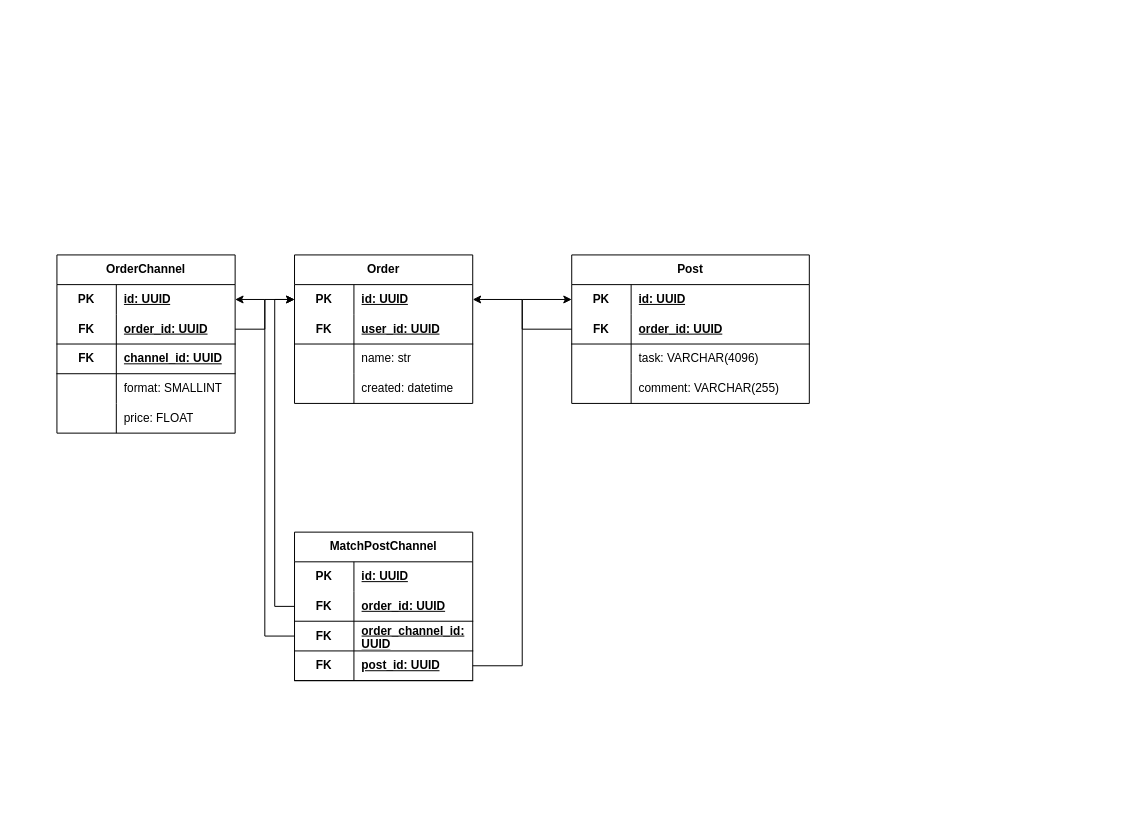
The draw.io diagram page "order flow" (7 of 7) of Advertiser-Blogger.drawio in KmvRoman/Diagrams, before the edit. Source tidied: cells renumbered, new cells numbered last; positions are measured from the earlier drawing's top-left corner, leaving out a move shared by most shapes. Both pictures are drawn from the tidied source at 99%, with x=0, y=0 at pixel (56, 254).
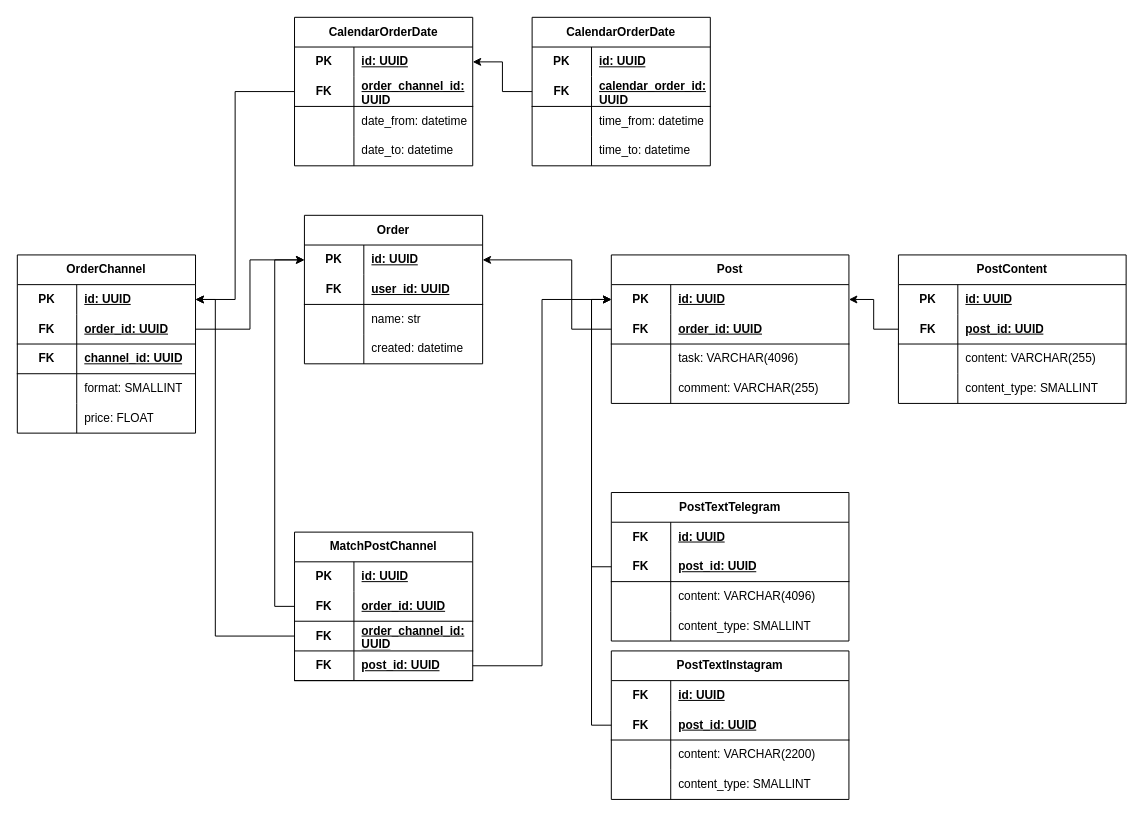
The same page after the edit.

Unchanged cells that the change refers to:
```xml
<mxCell id="3" style="shape=tableRow;horizontal=0;startSize=0;swimlaneHead=0;swimlaneBody=0;fillColor=none;points=[[0,0.5],[1,0.5]];portConstraint=eastwest;top=0;left=0;right=0;bottom=0;html=1;" parent="2" vertex="1">
  <mxGeometry y="30" width="180" height="30" as="geometry" />
</mxCell>
<mxCell id="16" style="shape=tableRow;horizontal=0;startSize=0;swimlaneHead=0;swimlaneBody=0;fillColor=none;points=[[0,0.5],[1,0.5]];portConstraint=eastwest;top=0;left=0;right=0;bottom=0;html=1;" parent="15" vertex="1">
  <mxGeometry y="30" width="240" height="30" as="geometry" />
</mxCell>
<mxCell id="19" style="shape=tableRow;horizontal=0;startSize=0;swimlaneHead=0;swimlaneBody=0;fillColor=none;points=[[0,0.5],[1,0.5]];portConstraint=eastwest;top=0;left=0;right=0;bottom=1;html=1;" parent="15" vertex="1">
  <mxGeometry y="60" width="240" height="30" as="geometry" />
</mxCell>
<mxCell id="30" style="shape=tableRow;horizontal=0;startSize=0;swimlaneHead=0;swimlaneBody=0;fillColor=none;points=[[0,0.5],[1,0.5]];portConstraint=eastwest;top=0;left=0;right=0;bottom=0;html=1;" parent="29" vertex="1">
  <mxGeometry y="30" width="180" height="30" as="geometry" />
</mxCell>
<mxCell id="54" style="shape=tableRow;horizontal=0;startSize=0;swimlaneHead=0;swimlaneBody=0;fillColor=none;points=[[0,0.5],[1,0.5]];portConstraint=eastwest;top=0;left=0;right=0;bottom=1;html=1;" parent="47" vertex="1">
  <mxGeometry y="90" width="180" height="30" as="geometry" />
</mxCell>
```

Diff of the diagram source:
```diff
@@
     <mxCell id="2" value="Order" style="shape=table;startSize=30;childLayout=tableLayout;rowLines=0;fontStyle=1;align=center;html=1;whiteSpace=wrap;" parent="1" vertex="1">
-      <mxGeometry x="240" width="180" height="150" as="geometry" />
+      <mxGeometry x="250" y="-40" width="180" height="150" as="geometry" />
     </mxCell>
@@
     <mxCell id="15" value="Post" style="shape=table;startSize=30;childLayout=tableLayout;rowLines=0;fontStyle=1;align=center;html=1;whiteSpace=wrap;" parent="1" vertex="1">
-      <mxGeometry x="520" width="240" height="150" as="geometry" />
+      <mxGeometry x="560" width="240" height="150" as="geometry" />
     </mxCell>
@@
     <mxCell id="28" style="edgeStyle=orthogonalEdgeStyle;rounded=0;jettySize=auto;html=1;entryX=1;entryY=0.5;entryDx=0;entryDy=0;" parent="1" edge="1" source="19" target="3">
-      <mxGeometry relative="1" as="geometry" />
+      <mxGeometry relative="1" as="geometry">
+        <Array as="points">
+          <mxPoint x="520" y="75" />
+          <mxPoint x="520" y="5" />
+        </Array>
+      </mxGeometry>
     </mxCell>
     <mxCell id="29" value="OrderChannel" style="shape=table;startSize=30;childLayout=tableLayout;rowLines=0;fontStyle=1;align=center;html=1;whiteSpace=wrap;" parent="1" vertex="1">
-      <mxGeometry width="180" height="180" as="geometry" />
+      <mxGeometry x="-40" width="180" height="180" as="geometry" />
     </mxCell>
@@
     <mxCell id="60" style="edgeStyle=orthogonalEdgeStyle;rounded=0;jettySize=auto;html=1;entryX=1;entryY=0.5;entryDx=0;entryDy=0;" parent="1" edge="1" source="54" target="30">
-      <mxGeometry relative="1" as="geometry" />
+      <mxGeometry relative="1" as="geometry">
+        <Array as="points">
+          <mxPoint x="160" y="385" />
+          <mxPoint x="160" y="45" />
+        </Array>
+      </mxGeometry>
     </mxCell>
@@
+    <mxCell id="62" style="edgeStyle=orthogonalEdgeStyle;rounded=0;jettySize=auto;html=1;entryX=0;entryY=0.5;entryDx=0;entryDy=0;exitX=0;exitY=0.5;exitDx=0;exitDy=0;" parent="1" edge="1" source="67" target="16">
+      <mxGeometry relative="1" as="geometry">
+        <Array as="points">
+          <mxPoint x="540" y="315" />
+          <mxPoint x="540" y="45" />
+        </Array>
+      </mxGeometry>
+    </mxCell>
+    <mxCell id="63" value="PostTextTelegram" style="shape=table;startSize=30;childLayout=tableLayout;rowLines=0;fontStyle=1;align=center;html=1;whiteSpace=wrap;" parent="1" vertex="1">
+      <mxGeometry x="560" y="240" width="240" height="150" as="geometry" />
+    </mxCell>
+    <mxCell id="64" style="shape=tableRow;horizontal=0;startSize=0;swimlaneHead=0;swimlaneBody=0;fillColor=none;top=0;left=0;right=0;bottom=0;html=1;" parent="63" vertex="1">
+      <mxGeometry y="30" width="240" height="30" as="geometry" />
+    </mxCell>
+    <mxCell id="65" value="FK" style="shape=partialRectangle;fillColor=none;top=0;left=0;bottom=0;right=0;fontStyle=1;overflow=hidden;html=1;whiteSpace=wrap;" parent="64" vertex="1">
+      <mxGeometry width="60" height="30" as="geometry" />
+    </mxCell>
+    <mxCell id="66" value="id: UUID" style="shape=partialRectangle;fillColor=none;top=0;left=0;bottom=0;right=0;align=left;spacingLeft=6;fontStyle=5;overflow=hidden;html=1;whiteSpace=wrap;" parent="64" vertex="1">
+      <mxGeometry x="60" width="180" height="30" as="geometry" />
+    </mxCell>
+    <mxCell id="67" style="shape=tableRow;horizontal=0;startSize=0;swimlaneHead=0;swimlaneBody=0;fillColor=none;points=[[0,0.5],[1,0.5]];portConstraint=eastwest;top=0;left=0;right=0;bottom=1;html=1;" parent="63" vertex="1">
+      <mxGeometry y="60" width="240" height="30" as="geometry" />
+    </mxCell>
+    <mxCell id="68" value="FK" style="shape=partialRectangle;fillColor=none;top=0;left=0;bottom=0;right=0;fontStyle=1;overflow=hidden;html=1;whiteSpace=wrap;" parent="67" vertex="1">
+      <mxGeometry width="60" height="30" as="geometry" />
+    </mxCell>
+    <mxCell id="69" value="post_id: UUID" style="shape=partialRectangle;fillColor=none;top=0;left=0;bottom=0;right=0;align=left;spacingLeft=6;fontStyle=5;overflow=hidden;html=1;whiteSpace=wrap;" parent="67" vertex="1">
+      <mxGeometry x="60" width="180" height="30" as="geometry" />
+    </mxCell>
+    <mxCell id="70" style="shape=tableRow;horizontal=0;startSize=0;swimlaneHead=0;swimlaneBody=0;fillColor=none;top=0;left=0;right=0;bottom=0;html=1;" parent="63" vertex="1">
+      <mxGeometry y="90" width="240" height="30" as="geometry" />
+    </mxCell>
+    <mxCell id="71" style="shape=partialRectangle;fillColor=none;top=0;left=0;bottom=0;right=0;overflow=hidden;html=1;whiteSpace=wrap;" parent="70" vertex="1">
+      <mxGeometry width="60" height="30" as="geometry" />
+    </mxCell>
+    <mxCell id="72" value="content: VARCHAR(4096)" style="shape=partialRectangle;fillColor=none;top=0;left=0;bottom=0;right=0;align=left;spacingLeft=6;overflow=hidden;html=1;whiteSpace=wrap;" parent="70" vertex="1">
+      <mxGeometry x="60" width="180" height="30" as="geometry" />
+    </mxCell>
+    <mxCell id="73" style="shape=tableRow;horizontal=0;startSize=0;swimlaneHead=0;swimlaneBody=0;fillColor=none;top=0;left=0;right=0;bottom=0;html=1;" parent="63" vertex="1">
+      <mxGeometry y="120" width="240" height="30" as="geometry" />
+    </mxCell>
+    <mxCell id="74" style="shape=partialRectangle;fillColor=none;top=0;left=0;bottom=0;right=0;overflow=hidden;html=1;whiteSpace=wrap;" parent="73" vertex="1">
+      <mxGeometry width="60" height="30" as="geometry" />
+    </mxCell>
+    <mxCell id="75" value="content_type: SMALLINT" style="shape=partialRectangle;fillColor=none;top=0;left=0;bottom=0;right=0;align=left;spacingLeft=6;overflow=hidden;html=1;whiteSpace=wrap;" parent="73" vertex="1">
+      <mxGeometry x="60" width="180" height="30" as="geometry" />
+    </mxCell>
+    <mxCell id="76" style="edgeStyle=orthogonalEdgeStyle;rounded=0;jettySize=auto;html=1;entryX=0;entryY=0.5;entryDx=0;entryDy=0;exitX=0;exitY=0.5;exitDx=0;exitDy=0;" parent="1" edge="1" source="81" target="16">
+      <mxGeometry relative="1" as="geometry" />
+    </mxCell>
+    <mxCell id="77" value="PostTextInstagram" style="shape=table;startSize=30;childLayout=tableLayout;rowLines=0;fontStyle=1;align=center;html=1;whiteSpace=wrap;" parent="1" vertex="1">
+      <mxGeometry x="560" y="400" width="240" height="150" as="geometry" />
+    </mxCell>
+    <mxCell id="78" style="shape=tableRow;horizontal=0;startSize=0;swimlaneHead=0;swimlaneBody=0;fillColor=none;top=0;left=0;right=0;bottom=0;html=1;" parent="77" vertex="1">
+      <mxGeometry y="30" width="240" height="30" as="geometry" />
+    </mxCell>
+    <mxCell id="79" value="FK" style="shape=partialRectangle;fillColor=none;top=0;left=0;bottom=0;right=0;fontStyle=1;overflow=hidden;html=1;whiteSpace=wrap;" parent="78" vertex="1">
+      <mxGeometry width="60" height="30" as="geometry" />
+    </mxCell>
+    <mxCell id="80" value="id: UUID" style="shape=partialRectangle;fillColor=none;top=0;left=0;bottom=0;right=0;align=left;spacingLeft=6;fontStyle=5;overflow=hidden;html=1;whiteSpace=wrap;" parent="78" vertex="1">
+      <mxGeometry x="60" width="180" height="30" as="geometry" />
+    </mxCell>
+    <mxCell id="81" style="shape=tableRow;horizontal=0;startSize=0;swimlaneHead=0;swimlaneBody=0;fillColor=none;points=[[0,0.5],[1,0.5]];portConstraint=eastwest;top=0;left=0;right=0;bottom=1;html=1;" parent="77" vertex="1">
+      <mxGeometry y="60" width="240" height="30" as="geometry" />
+    </mxCell>
+    <mxCell id="82" value="FK" style="shape=partialRectangle;fillColor=none;top=0;left=0;bottom=0;right=0;fontStyle=1;overflow=hidden;html=1;whiteSpace=wrap;" parent="81" vertex="1">
+      <mxGeometry width="60" height="30" as="geometry" />
+    </mxCell>
+    <mxCell id="83" value="post_id: UUID" style="shape=partialRectangle;fillColor=none;top=0;left=0;bottom=0;right=0;align=left;spacingLeft=6;fontStyle=5;overflow=hidden;html=1;whiteSpace=wrap;" parent="81" vertex="1">
+      <mxGeometry x="60" width="180" height="30" as="geometry" />
+    </mxCell>
+    <mxCell id="84" style="shape=tableRow;horizontal=0;startSize=0;swimlaneHead=0;swimlaneBody=0;fillColor=none;top=0;left=0;right=0;bottom=0;html=1;" parent="77" vertex="1">
+      <mxGeometry y="90" width="240" height="30" as="geometry" />
+    </mxCell>
+    <mxCell id="85" style="shape=partialRectangle;fillColor=none;top=0;left=0;bottom=0;right=0;overflow=hidden;html=1;whiteSpace=wrap;" parent="84" vertex="1">
+      <mxGeometry width="60" height="30" as="geometry" />
+    </mxCell>
+    <mxCell id="86" value="content: VARCHAR(2200)" style="shape=partialRectangle;fillColor=none;top=0;left=0;bottom=0;right=0;align=left;spacingLeft=6;overflow=hidden;html=1;whiteSpace=wrap;" parent="84" vertex="1">
+      <mxGeometry x="60" width="180" height="30" as="geometry" />
+    </mxCell>
+    <mxCell id="87" style="shape=tableRow;horizontal=0;startSize=0;swimlaneHead=0;swimlaneBody=0;fillColor=none;top=0;left=0;right=0;bottom=0;html=1;" parent="77" vertex="1">
+      <mxGeometry y="120" width="240" height="30" as="geometry" />
+    </mxCell>
+    <mxCell id="88" style="shape=partialRectangle;fillColor=none;top=0;left=0;bottom=0;right=0;overflow=hidden;html=1;whiteSpace=wrap;" parent="87" vertex="1">
+      <mxGeometry width="60" height="30" as="geometry" />
+    </mxCell>
+    <mxCell id="89" value="content_type: SMALLINT" style="shape=partialRectangle;fillColor=none;top=0;left=0;bottom=0;right=0;align=left;spacingLeft=6;overflow=hidden;html=1;whiteSpace=wrap;" parent="87" vertex="1">
+      <mxGeometry x="60" width="180" height="30" as="geometry" />
+    </mxCell>
+    <mxCell id="90" style="edgeStyle=orthogonalEdgeStyle;rounded=0;jettySize=auto;html=1;entryX=1;entryY=0.5;entryDx=0;entryDy=0;exitX=0;exitY=0.5;exitDx=0;exitDy=0;" parent="1" edge="1" source="95" target="16">
+      <mxGeometry relative="1" as="geometry" />
+    </mxCell>
+    <mxCell id="91" value="PostContent" style="shape=table;startSize=30;childLayout=tableLayout;rowLines=0;fontStyle=1;align=center;html=1;whiteSpace=wrap;" parent="1" vertex="1">
+      <mxGeometry x="850" width="230" height="150" as="geometry" />
+    </mxCell>
+    <mxCell id="92" style="shape=tableRow;horizontal=0;startSize=0;swimlaneHead=0;swimlaneBody=0;fillColor=none;top=0;left=0;right=0;bottom=0;html=1;" parent="91" vertex="1">
+      <mxGeometry y="30" width="230" height="30" as="geometry" />
+    </mxCell>
+    <mxCell id="93" value="PK" style="shape=partialRectangle;fillColor=none;top=0;left=0;bottom=0;right=0;fontStyle=1;overflow=hidden;html=1;whiteSpace=wrap;" parent="92" vertex="1">
+      <mxGeometry width="60" height="30" as="geometry" />
+    </mxCell>
+    <mxCell id="94" value="id: UUID" style="shape=partialRectangle;fillColor=none;top=0;left=0;bottom=0;right=0;align=left;spacingLeft=6;fontStyle=5;overflow=hidden;html=1;whiteSpace=wrap;" parent="92" vertex="1">
+      <mxGeometry x="60" width="170" height="30" as="geometry" />
+    </mxCell>
+    <mxCell id="95" style="shape=tableRow;horizontal=0;startSize=0;swimlaneHead=0;swimlaneBody=0;fillColor=none;points=[[0,0.5],[1,0.5]];portConstraint=eastwest;top=0;left=0;right=0;bottom=1;html=1;" parent="91" vertex="1">
+      <mxGeometry y="60" width="230" height="30" as="geometry" />
+    </mxCell>
+    <mxCell id="96" value="FK" style="shape=partialRectangle;fillColor=none;top=0;left=0;bottom=0;right=0;fontStyle=1;overflow=hidden;html=1;whiteSpace=wrap;" parent="95" vertex="1">
+      <mxGeometry width="60" height="30" as="geometry" />
+    </mxCell>
+    <mxCell id="97" value="post_id: UUID" style="shape=partialRectangle;fillColor=none;top=0;left=0;bottom=0;right=0;align=left;spacingLeft=6;fontStyle=5;overflow=hidden;html=1;whiteSpace=wrap;" parent="95" vertex="1">
+      <mxGeometry x="60" width="170" height="30" as="geometry" />
+    </mxCell>
+    <mxCell id="98" style="shape=tableRow;horizontal=0;startSize=0;swimlaneHead=0;swimlaneBody=0;fillColor=none;top=0;left=0;right=0;bottom=0;html=1;" parent="91" vertex="1">
+      <mxGeometry y="90" width="230" height="30" as="geometry" />
+    </mxCell>
+    <mxCell id="99" style="shape=partialRectangle;fillColor=none;top=0;left=0;bottom=0;right=0;overflow=hidden;html=1;whiteSpace=wrap;" parent="98" vertex="1">
+      <mxGeometry width="60" height="30" as="geometry" />
+    </mxCell>
+    <mxCell id="100" value="content: VARCHAR(255)" style="shape=partialRectangle;fillColor=none;top=0;left=0;bottom=0;right=0;align=left;spacingLeft=6;overflow=hidden;html=1;whiteSpace=wrap;" parent="98" vertex="1">
+      <mxGeometry x="60" width="170" height="30" as="geometry" />
+    </mxCell>
+    <mxCell id="101" style="shape=tableRow;horizontal=0;startSize=0;swimlaneHead=0;swimlaneBody=0;fillColor=none;top=0;left=0;right=0;bottom=0;html=1;" parent="91" vertex="1">
+      <mxGeometry y="120" width="230" height="30" as="geometry" />
+    </mxCell>
+    <mxCell id="102" style="shape=partialRectangle;fillColor=none;top=0;left=0;bottom=0;right=0;overflow=hidden;html=1;whiteSpace=wrap;" parent="101" vertex="1">
+      <mxGeometry width="60" height="30" as="geometry" />
+    </mxCell>
+    <mxCell id="103" value="content_type: SMALLINT" style="shape=partialRectangle;fillColor=none;top=0;left=0;bottom=0;right=0;align=left;spacingLeft=6;overflow=hidden;html=1;whiteSpace=wrap;" parent="101" vertex="1">
+      <mxGeometry x="60" width="170" height="30" as="geometry" />
+    </mxCell>
+    <mxCell id="104" value="CalendarOrderDate" style="shape=table;startSize=30;childLayout=tableLayout;rowLines=0;fontStyle=1;align=center;html=1;whiteSpace=wrap;" parent="1" vertex="1">
+      <mxGeometry x="240" y="-240" width="180" height="150" as="geometry" />
+    </mxCell>
+    <mxCell id="105" style="shape=tableRow;horizontal=0;startSize=0;swimlaneHead=0;swimlaneBody=0;fillColor=none;points=[[0,0.5],[1,0.5]];portConstraint=eastwest;top=0;left=0;right=0;bottom=0;html=1;" parent="104" vertex="1">
+      <mxGeometry y="30" width="180" height="30" as="geometry" />
+    </mxCell>
+    <mxCell id="106" value="PK" style="shape=partialRectangle;fillColor=none;top=0;left=0;bottom=0;right=0;fontStyle=1;overflow=hidden;html=1;whiteSpace=wrap;" parent="105" vertex="1">
+      <mxGeometry width="60" height="30" as="geometry" />
+    </mxCell>
+    <mxCell id="107" value="id: UUID" style="shape=partialRectangle;fillColor=none;top=0;left=0;bottom=0;right=0;align=left;spacingLeft=6;fontStyle=5;overflow=hidden;html=1;whiteSpace=wrap;" parent="105" vertex="1">
+      <mxGeometry x="60" width="120" height="30" as="geometry" />
+    </mxCell>
+    <mxCell id="108" style="shape=tableRow;horizontal=0;startSize=0;swimlaneHead=0;swimlaneBody=0;fillColor=none;points=[[0,0.5],[1,0.5]];portConstraint=eastwest;top=0;left=0;right=0;bottom=1;html=1;" parent="104" vertex="1">
+      <mxGeometry y="60" width="180" height="30" as="geometry" />
+    </mxCell>
+    <mxCell id="109" value="FK" style="shape=partialRectangle;fillColor=none;top=0;left=0;bottom=0;right=0;fontStyle=1;overflow=hidden;html=1;whiteSpace=wrap;" parent="108" vertex="1">
+      <mxGeometry width="60" height="30" as="geometry" />
+    </mxCell>
+    <mxCell id="110" value="order_channel_id: UUID" style="shape=partialRectangle;fillColor=none;top=0;left=0;bottom=0;right=0;align=left;spacingLeft=6;fontStyle=5;overflow=hidden;html=1;whiteSpace=wrap;" parent="108" vertex="1">
+      <mxGeometry x="60" width="120" height="30" as="geometry" />
+    </mxCell>
+    <mxCell id="111" style="shape=tableRow;horizontal=0;startSize=0;swimlaneHead=0;swimlaneBody=0;fillColor=none;top=0;left=0;right=0;bottom=0;html=1;" parent="104" vertex="1">
+      <mxGeometry y="90" width="180" height="30" as="geometry" />
+    </mxCell>
+    <mxCell id="112" style="shape=partialRectangle;fillColor=none;top=0;left=0;bottom=0;right=0;overflow=hidden;html=1;whiteSpace=wrap;" parent="111" vertex="1">
+      <mxGeometry width="60" height="30" as="geometry" />
+    </mxCell>
+    <mxCell id="113" value="date_from: datetime" style="shape=partialRectangle;fillColor=none;top=0;left=0;bottom=0;right=0;align=left;spacingLeft=6;overflow=hidden;html=1;whiteSpace=wrap;" parent="111" vertex="1">
+      <mxGeometry x="60" width="120" height="30" as="geometry" />
+    </mxCell>
+    <mxCell id="114" style="shape=tableRow;horizontal=0;startSize=0;swimlaneHead=0;swimlaneBody=0;fillColor=none;top=0;left=0;right=0;bottom=0;html=1;" parent="104" vertex="1">
+      <mxGeometry y="120" width="180" height="30" as="geometry" />
+    </mxCell>
+    <mxCell id="115" style="shape=partialRectangle;fillColor=none;top=0;left=0;bottom=0;right=0;overflow=hidden;html=1;whiteSpace=wrap;" parent="114" vertex="1">
+      <mxGeometry width="60" height="30" as="geometry" />
+    </mxCell>
+    <mxCell id="116" value="date_to: datetime" style="shape=partialRectangle;fillColor=none;top=0;left=0;bottom=0;right=0;align=left;spacingLeft=6;overflow=hidden;html=1;whiteSpace=wrap;" parent="114" vertex="1">
+      <mxGeometry x="60" width="120" height="30" as="geometry" />
+    </mxCell>
+    <mxCell id="117" style="edgeStyle=orthogonalEdgeStyle;rounded=0;jettySize=auto;html=1;entryX=1;entryY=0.5;entryDx=0;entryDy=0;" parent="1" edge="1" source="108" target="30">
+      <mxGeometry relative="1" as="geometry">
+        <Array as="points">
+          <mxPoint x="180" y="-165" />
+          <mxPoint x="180" y="45" />
+        </Array>
+      </mxGeometry>
+    </mxCell>
+    <mxCell id="118" value="CalendarOrderDate" style="shape=table;startSize=30;childLayout=tableLayout;rowLines=0;fontStyle=1;align=center;html=1;whiteSpace=wrap;" parent="1" vertex="1">
+      <mxGeometry x="480" y="-240" width="180" height="150" as="geometry" />
+    </mxCell>
+    <mxCell id="119" style="shape=tableRow;horizontal=0;startSize=0;swimlaneHead=0;swimlaneBody=0;fillColor=none;top=0;left=0;right=0;bottom=0;html=1;" parent="118" vertex="1">
+      <mxGeometry y="30" width="180" height="30" as="geometry" />
+    </mxCell>
+    <mxCell id="120" value="PK" style="shape=partialRectangle;fillColor=none;top=0;left=0;bottom=0;right=0;fontStyle=1;overflow=hidden;html=1;whiteSpace=wrap;" parent="119" vertex="1">
+      <mxGeometry width="60" height="30" as="geometry" />
+    </mxCell>
+    <mxCell id="121" value="id: UUID" style="shape=partialRectangle;fillColor=none;top=0;left=0;bottom=0;right=0;align=left;spacingLeft=6;fontStyle=5;overflow=hidden;html=1;whiteSpace=wrap;" parent="119" vertex="1">
+      <mxGeometry x="60" width="120" height="30" as="geometry" />
+    </mxCell>
+    <mxCell id="122" style="shape=tableRow;horizontal=0;startSize=0;swimlaneHead=0;swimlaneBody=0;fillColor=none;points=[[0,0.5],[1,0.5]];portConstraint=eastwest;top=0;left=0;right=0;bottom=1;html=1;" parent="118" vertex="1">
+      <mxGeometry y="60" width="180" height="30" as="geometry" />
+    </mxCell>
+    <mxCell id="123" value="FK" style="shape=partialRectangle;fillColor=none;top=0;left=0;bottom=0;right=0;fontStyle=1;overflow=hidden;html=1;whiteSpace=wrap;" parent="122" vertex="1">
+      <mxGeometry width="60" height="30" as="geometry" />
+    </mxCell>
+    <mxCell id="124" value="calendar_order_id: UUID" style="shape=partialRectangle;fillColor=none;top=0;left=0;bottom=0;right=0;align=left;spacingLeft=6;fontStyle=5;overflow=hidden;html=1;whiteSpace=wrap;" parent="122" vertex="1">
+      <mxGeometry x="60" width="120" height="30" as="geometry" />
+    </mxCell>
+    <mxCell id="125" style="shape=tableRow;horizontal=0;startSize=0;swimlaneHead=0;swimlaneBody=0;fillColor=none;top=0;left=0;right=0;bottom=0;html=1;" parent="118" vertex="1">
+      <mxGeometry y="90" width="180" height="30" as="geometry" />
+    </mxCell>
+    <mxCell id="126" style="shape=partialRectangle;fillColor=none;top=0;left=0;bottom=0;right=0;overflow=hidden;html=1;whiteSpace=wrap;" parent="125" vertex="1">
+      <mxGeometry width="60" height="30" as="geometry" />
+    </mxCell>
+    <mxCell id="127" value="time_from: datetime" style="shape=partialRectangle;fillColor=none;top=0;left=0;bottom=0;right=0;align=left;spacingLeft=6;overflow=hidden;html=1;whiteSpace=wrap;" parent="125" vertex="1">
+      <mxGeometry x="60" width="120" height="30" as="geometry" />
+    </mxCell>
+    <mxCell id="128" style="shape=tableRow;horizontal=0;startSize=0;swimlaneHead=0;swimlaneBody=0;fillColor=none;top=0;left=0;right=0;bottom=0;html=1;" parent="118" vertex="1">
+      <mxGeometry y="120" width="180" height="30" as="geometry" />
+    </mxCell>
+    <mxCell id="129" style="shape=partialRectangle;fillColor=none;top=0;left=0;bottom=0;right=0;overflow=hidden;html=1;whiteSpace=wrap;" parent="128" vertex="1">
+      <mxGeometry width="60" height="30" as="geometry" />
+    </mxCell>
+    <mxCell id="130" value="time_to: datetime" style="shape=partialRectangle;fillColor=none;top=0;left=0;bottom=0;right=0;align=left;spacingLeft=6;overflow=hidden;html=1;whiteSpace=wrap;" parent="128" vertex="1">
+      <mxGeometry x="60" width="120" height="30" as="geometry" />
+    </mxCell>
+    <mxCell id="131" style="edgeStyle=orthogonalEdgeStyle;rounded=0;jettySize=auto;html=1;entryX=1;entryY=0.5;entryDx=0;entryDy=0;exitX=0;exitY=0.5;exitDx=0;exitDy=0;" parent="1" edge="1" source="122" target="105">
+      <mxGeometry relative="1" as="geometry" />
+    </mxCell>
```
